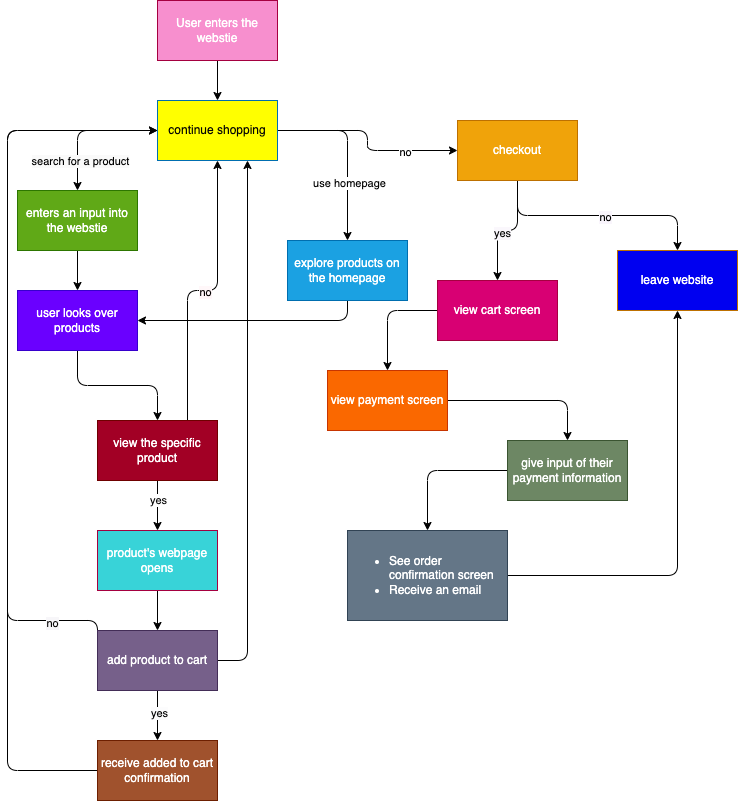
The draw.io diagram explore/diagramming/diagram.drawio.png in katieki/sp24-cse110-lab4, before a commit. Source tidied: cells renumbered, new cells last; positions are measured from the earlier drawing's top-left corner, leaving out a move shared by most shapes. Its diagram source:
```xml
<mxGraphModel>
  <root>
    <mxCell id="0" />
    <mxCell id="1" parent="0" />
    <mxCell id="2" style="edgeStyle=orthogonalEdgeStyle;html=1;exitX=0.5;exitY=1;exitDx=0;exitDy=0;entryX=0.5;entryY=0;entryDx=0;entryDy=0;fontColor=#050505;" parent="1" edge="1" source="3" target="44">
      <mxGeometry relative="1" as="geometry" />
    </mxCell>
    <mxCell id="3" value="User enters the webstie&lt;span style=&quot;background-color: rgb(255, 145, 200);&quot;&gt;&lt;br&gt;&lt;/span&gt;" style="whiteSpace=wrap;html=1;fillColor=#F78FCE;strokeColor=#A50040;fontColor=#ffffff;" parent="1" vertex="1">
      <mxGeometry x="150" width="120" height="60" as="geometry" />
    </mxCell>
    <mxCell id="4" style="edgeStyle=orthogonalEdgeStyle;html=1;exitX=0.5;exitY=1;exitDx=0;exitDy=0;" parent="1" edge="1" source="5" target="8">
      <mxGeometry relative="1" as="geometry" />
    </mxCell>
    <mxCell id="5" value="enters an input into the webstie" style="whiteSpace=wrap;html=1;labelBackgroundColor=none;fillColor=#60a917;fontColor=#ffffff;strokeColor=#2D7600;" parent="1" vertex="1">
      <mxGeometry x="10" y="190" width="120" height="60" as="geometry" />
    </mxCell>
    <mxCell id="6" style="edgeStyle=orthogonalEdgeStyle;html=1;exitX=0.5;exitY=1;exitDx=0;exitDy=0;entryX=1;entryY=0.5;entryDx=0;entryDy=0;" parent="1" edge="1" source="45" target="8">
      <mxGeometry relative="1" as="geometry" />
    </mxCell>
    <mxCell id="7" style="edgeStyle=orthogonalEdgeStyle;html=1;exitX=0.5;exitY=1;exitDx=0;exitDy=0;entryX=0.5;entryY=0;entryDx=0;entryDy=0;" parent="1" edge="1" source="8" target="13">
      <mxGeometry relative="1" as="geometry" />
    </mxCell>
    <mxCell id="8" value="user looks over products" style="whiteSpace=wrap;html=1;labelBackgroundColor=none;fillColor=#6a00ff;fontColor=#ffffff;strokeColor=#3700CC;" parent="1" vertex="1">
      <mxGeometry x="10" y="290" width="120" height="60" as="geometry" />
    </mxCell>
    <mxCell id="9" style="edgeStyle=orthogonalEdgeStyle;html=1;exitX=0.5;exitY=1;exitDx=0;exitDy=0;entryX=0.5;entryY=0;entryDx=0;entryDy=0;" parent="1" edge="1" source="13" target="28">
      <mxGeometry relative="1" as="geometry" />
    </mxCell>
    <mxCell id="10" value="yes" style="edgeLabel;html=1;align=center;verticalAlign=middle;fontColor=#0A0A0A;labelBackgroundColor=#FFFFFF;" parent="9" vertex="1">
      <mxGeometry x="-0.25" relative="1" as="geometry" />
    </mxCell>
    <mxCell id="11" style="edgeStyle=orthogonalEdgeStyle;html=1;exitX=0.75;exitY=0;exitDx=0;exitDy=0;fontColor=#f9f6f6;" parent="1" edge="1" source="13" target="44">
      <mxGeometry relative="1" as="geometry" />
    </mxCell>
    <mxCell id="12" value="no" style="edgeLabel;html=1;align=center;verticalAlign=middle;fontColor=#040101;labelBackgroundColor=#FFF7F9;" parent="11" vertex="1">
      <mxGeometry x="0.01" y="-1" relative="1" as="geometry" />
    </mxCell>
    <mxCell id="13" value="view the specific product" style="whiteSpace=wrap;html=1;labelBackgroundColor=none;fillColor=#a20025;fontColor=#ffffff;strokeColor=#6F0000;" parent="1" vertex="1">
      <mxGeometry x="90" y="420" width="120" height="60" as="geometry" />
    </mxCell>
    <mxCell id="14" style="edgeStyle=orthogonalEdgeStyle;html=1;exitX=0.5;exitY=1;exitDx=0;exitDy=0;entryX=0.5;entryY=0;entryDx=0;entryDy=0;" parent="1" edge="1" source="19" target="26">
      <mxGeometry relative="1" as="geometry" />
    </mxCell>
    <mxCell id="15" value="yes" style="edgeLabel;html=1;align=center;verticalAlign=middle;fontColor=#030303;labelBackgroundColor=#fcfcfd;" parent="14" vertex="1">
      <mxGeometry x="-0.11" y="1" relative="1" as="geometry" />
    </mxCell>
    <mxCell id="16" style="edgeStyle=orthogonalEdgeStyle;html=1;exitX=0;exitY=0.5;exitDx=0;exitDy=0;entryX=0;entryY=0.5;entryDx=0;entryDy=0;" parent="1" edge="1" source="19" target="44">
      <mxGeometry relative="1" as="geometry">
        <Array as="points">
          <mxPoint y="620" />
          <mxPoint y="130" />
        </Array>
      </mxGeometry>
    </mxCell>
    <mxCell id="17" value="no" style="edgeLabel;html=1;align=center;verticalAlign=middle;fontColor=#080707;labelBackgroundColor=#f7f6f9;" parent="16" vertex="1">
      <mxGeometry x="-0.78" y="2" relative="1" as="geometry" />
    </mxCell>
    <mxCell id="18" style="edgeStyle=orthogonalEdgeStyle;html=1;exitX=1;exitY=0.5;exitDx=0;exitDy=0;entryX=0.75;entryY=1;entryDx=0;entryDy=0;" parent="1" edge="1" source="19" target="44">
      <mxGeometry relative="1" as="geometry" />
    </mxCell>
    <mxCell id="19" value="add product to cart" style="whiteSpace=wrap;html=1;labelBackgroundColor=none;fillColor=#76608a;fontColor=#ffffff;strokeColor=#432D57;" parent="1" vertex="1">
      <mxGeometry x="90" y="630" width="120" height="60" as="geometry" />
    </mxCell>
    <mxCell id="20" style="edgeStyle=orthogonalEdgeStyle;html=1;exitX=0.5;exitY=1;exitDx=0;exitDy=0;entryX=0.5;entryY=0;entryDx=0;entryDy=0;fontColor=#f9f6f6;" parent="1" edge="1" source="24" target="29">
      <mxGeometry relative="1" as="geometry" />
    </mxCell>
    <mxCell id="21" value="no" style="edgeLabel;html=1;align=center;verticalAlign=middle;fontColor=#000000;labelBackgroundColor=#F9F5FC;" parent="20" vertex="1">
      <mxGeometry x="0.06" y="-1" relative="1" as="geometry" />
    </mxCell>
    <mxCell id="22" style="edgeStyle=orthogonalEdgeStyle;html=1;exitX=0.5;exitY=1;exitDx=0;exitDy=0;fontColor=#f9f6f6;" parent="1" edge="1" source="24" target="31">
      <mxGeometry relative="1" as="geometry" />
    </mxCell>
    <mxCell id="23" value="yes" style="edgeLabel;html=1;align=center;verticalAlign=middle;fontColor=#050505;labelBackgroundColor=#faf7fc;" parent="22" vertex="1">
      <mxGeometry x="0.1" y="2" relative="1" as="geometry" />
    </mxCell>
    <mxCell id="24" value="checkout" style="whiteSpace=wrap;html=1;labelBackgroundColor=none;fillColor=#f0a30a;fontColor=#FFFFFF;strokeColor=#BD7000;" parent="1" vertex="1">
      <mxGeometry x="450" y="120" width="120" height="60" as="geometry" />
    </mxCell>
    <mxCell id="25" style="edgeStyle=orthogonalEdgeStyle;html=1;exitX=0;exitY=0.5;exitDx=0;exitDy=0;entryX=0;entryY=0.5;entryDx=0;entryDy=0;" parent="1" edge="1" source="26" target="44">
      <mxGeometry relative="1" as="geometry">
        <Array as="points">
          <mxPoint y="770" />
          <mxPoint y="130" />
        </Array>
      </mxGeometry>
    </mxCell>
    <mxCell id="26" value="receive added to cart confirmation" style="whiteSpace=wrap;html=1;labelBackgroundColor=none;fillColor=#a0522d;fontColor=#ffffff;strokeColor=#6D1F00;" parent="1" vertex="1">
      <mxGeometry x="90" y="740" width="120" height="60" as="geometry" />
    </mxCell>
    <mxCell id="27" style="edgeStyle=orthogonalEdgeStyle;html=1;exitX=0.5;exitY=1;exitDx=0;exitDy=0;entryX=0.5;entryY=0;entryDx=0;entryDy=0;" parent="1" edge="1" source="28" target="19">
      <mxGeometry relative="1" as="geometry" />
    </mxCell>
    <mxCell id="28" value="product's webpage opens" style="whiteSpace=wrap;html=1;labelBackgroundColor=none;fillColor=#38D3D8;strokeColor=#A50040;fontColor=#ffffff;" parent="1" vertex="1">
      <mxGeometry x="90" y="530" width="120" height="60" as="geometry" />
    </mxCell>
    <mxCell id="29" value="leave website" style="whiteSpace=wrap;html=1;labelBackgroundColor=none;fillColor=#0000F0;fontColor=#ffffff;strokeColor=#BD7000;" parent="1" vertex="1">
      <mxGeometry x="610" y="250" width="120" height="60" as="geometry" />
    </mxCell>
    <mxCell id="30" style="edgeStyle=orthogonalEdgeStyle;html=1;exitX=0;exitY=0.5;exitDx=0;exitDy=0;entryX=0.5;entryY=0;entryDx=0;entryDy=0;fontColor=#ffffff;" parent="1" edge="1" source="31" target="33">
      <mxGeometry relative="1" as="geometry" />
    </mxCell>
    <mxCell id="31" value="view cart screen" style="whiteSpace=wrap;html=1;labelBackgroundColor=none;fillColor=#d80073;fontColor=#ffffff;strokeColor=#A50040;" parent="1" vertex="1">
      <mxGeometry x="430" y="280" width="120" height="60" as="geometry" />
    </mxCell>
    <mxCell id="32" style="edgeStyle=orthogonalEdgeStyle;html=1;exitX=1;exitY=0.5;exitDx=0;exitDy=0;entryX=0.5;entryY=0;entryDx=0;entryDy=0;fontColor=#ffffff;" parent="1" edge="1" source="33" target="35">
      <mxGeometry relative="1" as="geometry" />
    </mxCell>
    <mxCell id="33" value="view payment screen" style="whiteSpace=wrap;html=1;labelBackgroundColor=none;fillColor=#fa6800;fontColor=#FFFFFF;strokeColor=#C73500;" parent="1" vertex="1">
      <mxGeometry x="320" y="370" width="120" height="60" as="geometry" />
    </mxCell>
    <mxCell id="34" style="edgeStyle=orthogonalEdgeStyle;html=1;exitX=0;exitY=0.5;exitDx=0;exitDy=0;entryX=0.5;entryY=0;entryDx=0;entryDy=0;fontColor=#ffffff;" parent="1" edge="1" source="35" target="37">
      <mxGeometry relative="1" as="geometry" />
    </mxCell>
    <mxCell id="35" value="give input of their payment information" style="whiteSpace=wrap;html=1;labelBackgroundColor=none;fillColor=#6d8764;fontColor=#ffffff;strokeColor=#3A5431;" parent="1" vertex="1">
      <mxGeometry x="500" y="440" width="120" height="60" as="geometry" />
    </mxCell>
    <mxCell id="36" style="edgeStyle=orthogonalEdgeStyle;html=1;exitX=1;exitY=0.5;exitDx=0;exitDy=0;entryX=0.5;entryY=1;entryDx=0;entryDy=0;fontColor=#f9f6f6;" parent="1" edge="1" source="37" target="29">
      <mxGeometry relative="1" as="geometry" />
    </mxCell>
    <mxCell id="37" value="&lt;ul&gt;&lt;li&gt;See order confirmation screen&lt;/li&gt;&lt;li&gt;Receive an email&lt;/li&gt;&lt;/ul&gt;" style="text;strokeColor=#314354;fillColor=#647687;html=1;whiteSpace=wrap;verticalAlign=middle;overflow=hidden;labelBackgroundColor=none;fontColor=#ffffff;" parent="1" vertex="1">
      <mxGeometry x="340" y="530" width="160" height="90" as="geometry" />
    </mxCell>
    <mxCell id="38" style="edgeStyle=orthogonalEdgeStyle;html=1;exitX=0;exitY=0.5;exitDx=0;exitDy=0;fontColor=#050505;" parent="1" edge="1" source="44" target="5">
      <mxGeometry relative="1" as="geometry" />
    </mxCell>
    <mxCell id="39" value="&lt;font style=&quot;&quot;&gt;search for a product&lt;/font&gt;" style="edgeLabel;html=1;align=center;verticalAlign=middle;fontColor=#000000;labelBackgroundColor=#FAFAFA;" parent="38" vertex="1">
      <mxGeometry x="0.57" y="2" relative="1" as="geometry" />
    </mxCell>
    <mxCell id="40" style="edgeStyle=orthogonalEdgeStyle;html=1;exitX=1;exitY=0.5;exitDx=0;exitDy=0;fontColor=#050505;" parent="1" edge="1" source="44" target="45">
      <mxGeometry relative="1" as="geometry" />
    </mxCell>
    <mxCell id="41" value="use homepage" style="edgeLabel;html=1;align=center;verticalAlign=middle;fontColor=#030303;labelBackgroundColor=#ffffff;" parent="40" vertex="1">
      <mxGeometry x="0.36" y="1" relative="1" as="geometry" />
    </mxCell>
    <mxCell id="42" style="edgeStyle=orthogonalEdgeStyle;html=1;exitX=1;exitY=0.5;exitDx=0;exitDy=0;entryX=0;entryY=0.5;entryDx=0;entryDy=0;fontColor=#f9f6f6;" parent="1" edge="1" source="44" target="24">
      <mxGeometry relative="1" as="geometry" />
    </mxCell>
    <mxCell id="43" value="no" style="edgeLabel;html=1;align=center;verticalAlign=middle;fontColor=#000000;labelBackgroundColor=#ffffff;" parent="42" vertex="1">
      <mxGeometry x="0.47" y="-1" relative="1" as="geometry" />
    </mxCell>
    <mxCell id="44" value="continue shopping" style="whiteSpace=wrap;html=1;labelBackgroundColor=none;fillColor=#FFFF00;fontColor=#050505;strokeColor=#006EAF;" parent="1" vertex="1">
      <mxGeometry x="150" y="100" width="120" height="60" as="geometry" />
    </mxCell>
    <mxCell id="45" value="explore products on the homepage" style="whiteSpace=wrap;html=1;labelBackgroundColor=none;fillColor=#1ba1e2;fontColor=#ffffff;strokeColor=#006EAF;" parent="1" vertex="1">
      <mxGeometry x="280" y="240" width="120" height="60" as="geometry" />
    </mxCell>
  </root>
</mxGraphModel>
```
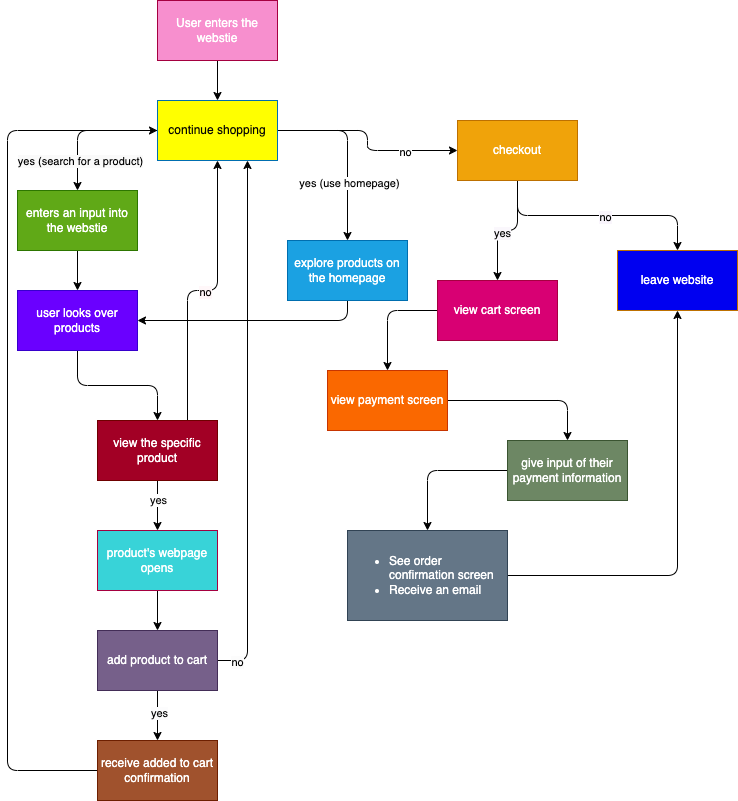
Later version of the same file.

What changed in the source:
```diff
@@ -44,20 +44,12 @@
     <mxCell id="15" value="yes" style="edgeLabel;html=1;align=center;verticalAlign=middle;fontColor=#030303;labelBackgroundColor=#fcfcfd;" parent="14" vertex="1">
       <mxGeometry x="-0.11" y="1" relative="1" as="geometry" />
     </mxCell>
-    <mxCell id="16" style="edgeStyle=orthogonalEdgeStyle;html=1;exitX=0;exitY=0.5;exitDx=0;exitDy=0;entryX=0;entryY=0.5;entryDx=0;entryDy=0;" parent="1" edge="1" source="19" target="44">
-      <mxGeometry relative="1" as="geometry">
-        <Array as="points">
-          <mxPoint y="620" />
-          <mxPoint y="130" />
-        </Array>
-      </mxGeometry>
-    </mxCell>
+    <mxCell id="18" style="edgeStyle=orthogonalEdgeStyle;html=1;exitX=1;exitY=0.5;exitDx=0;exitDy=0;entryX=0.75;entryY=1;entryDx=0;entryDy=0;" parent="1" edge="1" source="19" target="44">
+      <mxGeometry relative="1" as="geometry" />
+    </mxCell>
-    <mxCell id="17" value="no" style="edgeLabel;html=1;align=center;verticalAlign=middle;fontColor=#080707;labelBackgroundColor=#f7f6f9;" parent="16" vertex="1">
-      <mxGeometry x="-0.78" y="2" relative="1" as="geometry" />
+    <mxCell id="17" value="no" style="edgeLabel;html=1;align=center;verticalAlign=middle;fontColor=#000000;labelBackgroundColor=#fcfcfc;" parent="18" vertex="1">
+      <mxGeometry x="-0.93" y="-1" relative="1" as="geometry" />
     </mxCell>
-    <mxCell id="18" style="edgeStyle=orthogonalEdgeStyle;html=1;exitX=1;exitY=0.5;exitDx=0;exitDy=0;entryX=0.75;entryY=1;entryDx=0;entryDy=0;" parent="1" edge="1" source="19" target="44">
-      <mxGeometry relative="1" as="geometry" />
-    </mxCell>
     <mxCell id="19" value="add product to cart" style="whiteSpace=wrap;html=1;labelBackgroundColor=none;fillColor=#76608a;fontColor=#ffffff;strokeColor=#432D57;" parent="1" vertex="1">
       <mxGeometry x="90" y="630" width="120" height="60" as="geometry" />
     </mxCell>
@@ -123,13 +115,13 @@
     <mxCell id="38" style="edgeStyle=orthogonalEdgeStyle;html=1;exitX=0;exitY=0.5;exitDx=0;exitDy=0;fontColor=#050505;" parent="1" edge="1" source="44" target="5">
       <mxGeometry relative="1" as="geometry" />
     </mxCell>
-    <mxCell id="39" value="&lt;font style=&quot;&quot;&gt;search for a product&lt;/font&gt;" style="edgeLabel;html=1;align=center;verticalAlign=middle;fontColor=#000000;labelBackgroundColor=#FAFAFA;" parent="38" vertex="1">
+    <mxCell id="39" value="&lt;font style=&quot;&quot;&gt;yes (search for a product)&lt;/font&gt;" style="edgeLabel;html=1;align=center;verticalAlign=middle;fontColor=#000000;labelBackgroundColor=#FAFAFA;" parent="38" vertex="1">
       <mxGeometry x="0.57" y="2" relative="1" as="geometry" />
     </mxCell>
     <mxCell id="40" style="edgeStyle=orthogonalEdgeStyle;html=1;exitX=1;exitY=0.5;exitDx=0;exitDy=0;fontColor=#050505;" parent="1" edge="1" source="44" target="45">
       <mxGeometry relative="1" as="geometry" />
     </mxCell>
-    <mxCell id="41" value="use homepage" style="edgeLabel;html=1;align=center;verticalAlign=middle;fontColor=#030303;labelBackgroundColor=#ffffff;" parent="40" vertex="1">
+    <mxCell id="41" value="yes (use homepage)" style="edgeLabel;html=1;align=center;verticalAlign=middle;fontColor=#030303;labelBackgroundColor=#ffffff;" parent="40" vertex="1">
       <mxGeometry x="0.36" y="1" relative="1" as="geometry" />
     </mxCell>
     <mxCell id="42" style="edgeStyle=orthogonalEdgeStyle;html=1;exitX=1;exitY=0.5;exitDx=0;exitDy=0;entryX=0;entryY=0.5;entryDx=0;entryDy=0;fontColor=#f9f6f6;" parent="1" edge="1" source="44" target="24">
```
